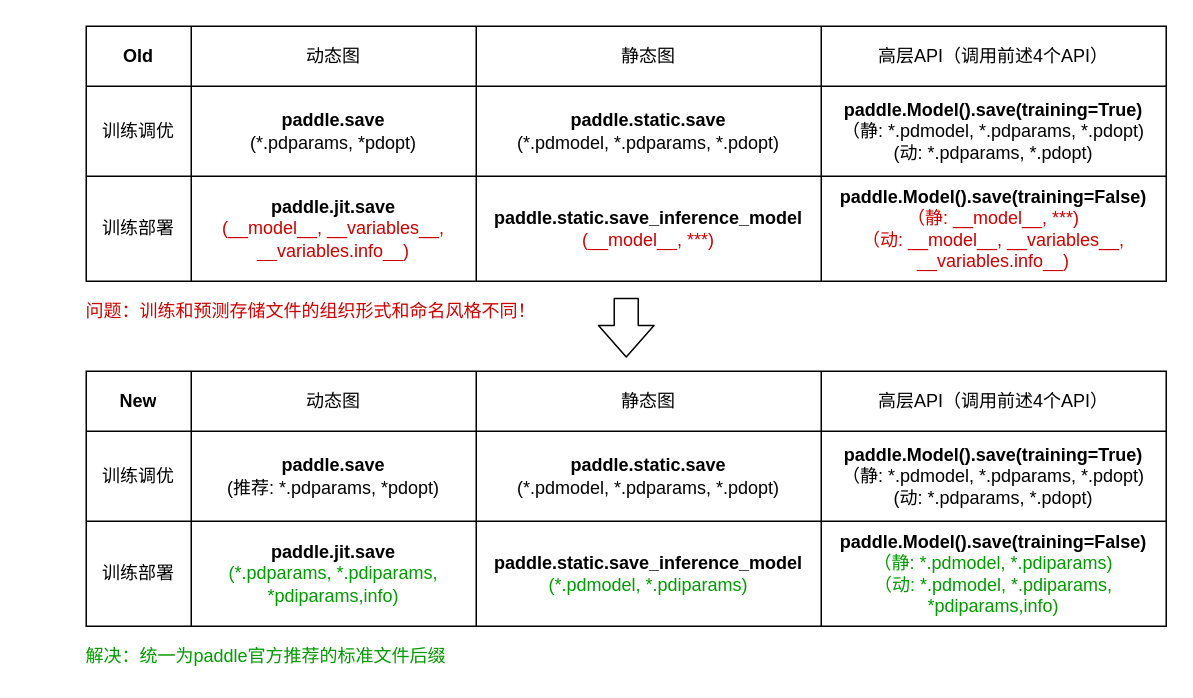
Above: page "save-result" (1 of 2) of new_save_load.drawio in chenwhql/diagrams (draw.io), before the change. Source tidied: cells renumbered, new cells numbered last; positions are measured from the earlier drawing's top-left corner, leaving out a move shared by most shapes. Both pictures are drawn from the tidied source at 150%, with x=0, y=0 at pixel (26, 26).
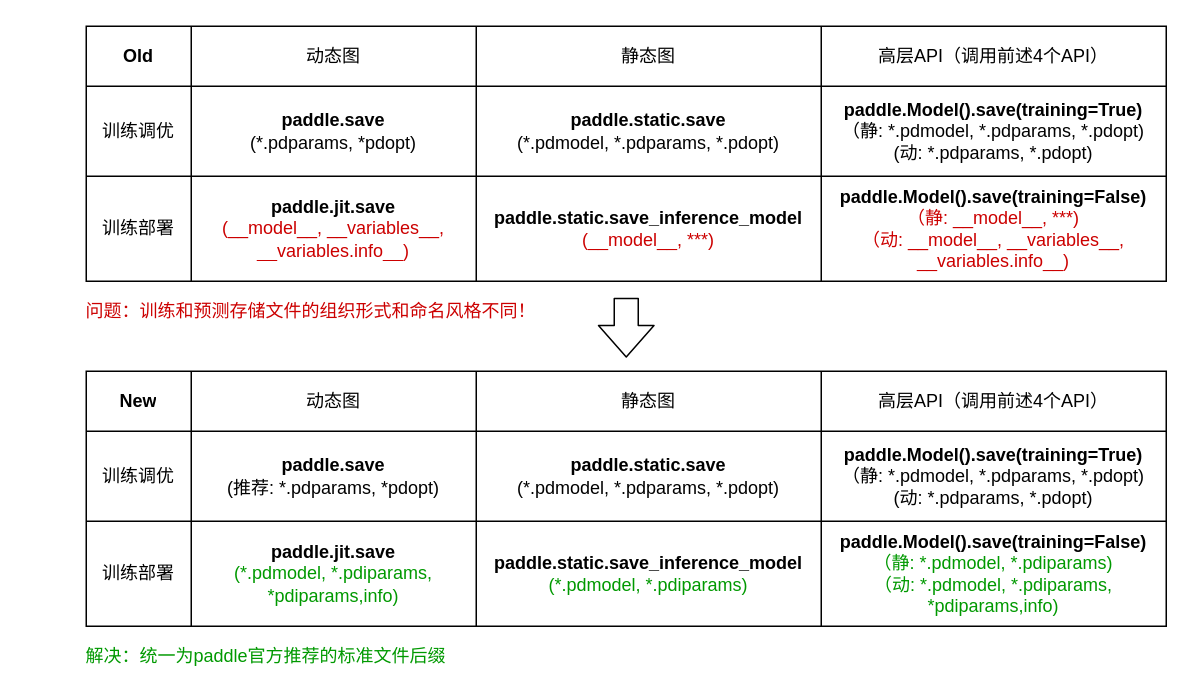
The same diagram, later.

The change refers to these unchanged cells:
```xml
<mxCell id="31" style="shape=partialRectangle;html=1;whiteSpace=wrap;fillColor=none;top=0;left=0;bottom=0;right=0;" parent="20" vertex="1">
  <mxGeometry y="100" width="720" height="70" as="geometry" />
</mxCell>
```

What changed in the source:
```diff
@@
-    <mxCell id="33" value="&lt;b&gt;paddle.jit.save&lt;/b&gt;&lt;br&gt;&lt;font color=&quot;#009900&quot;&gt;(*.pdparams, *.pdiparams, *pdiparams,info)&lt;/font&gt;" style="shape=partialRectangle;html=1;whiteSpace=wrap;overflow=hidden;fillColor=none;top=0;left=0;bottom=0;right=0;" parent="31" vertex="1">
+    <mxCell id="33" value="&lt;b&gt;paddle.jit.save&lt;/b&gt;&lt;br&gt;&lt;font color=&quot;#009900&quot;&gt;(*.pdmodel, *.pdiparams, *pdiparams,info)&lt;/font&gt;" style="shape=partialRectangle;html=1;whiteSpace=wrap;overflow=hidden;fillColor=none;top=0;left=0;bottom=0;right=0;" parent="31" vertex="1">
       <mxGeometry x="70" width="190" height="70" as="geometry" />
     </mxCell>
```
